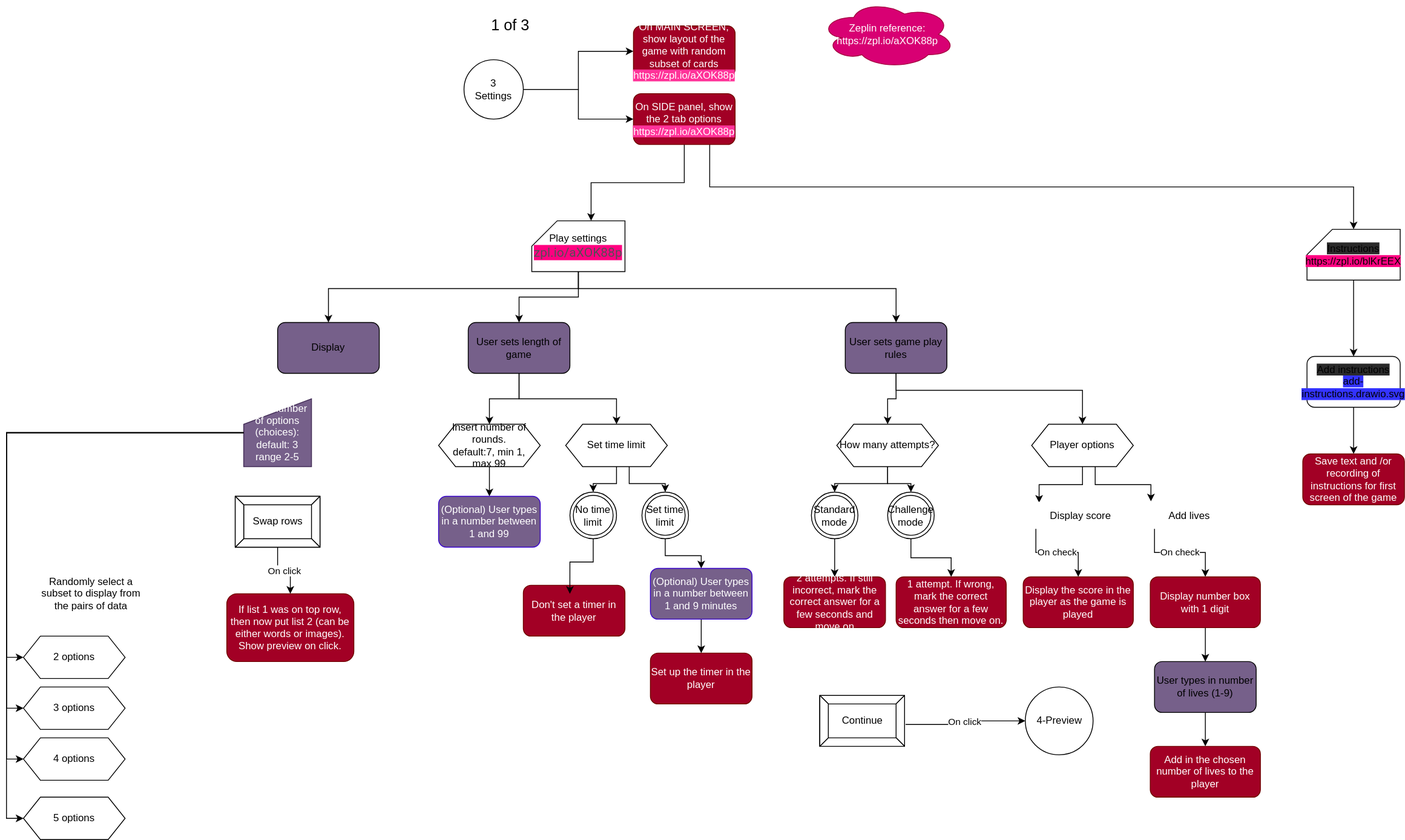
The draw.io diagram modules/card pairs set/card_quiz.drawio.svg in ji-devs/ji-cloud-flowcharts, before a commit. Source tidied: cells renumbered, new cells last; positions are measured from the earlier drawing's top-left corner, leaving out a move shared by most shapes.
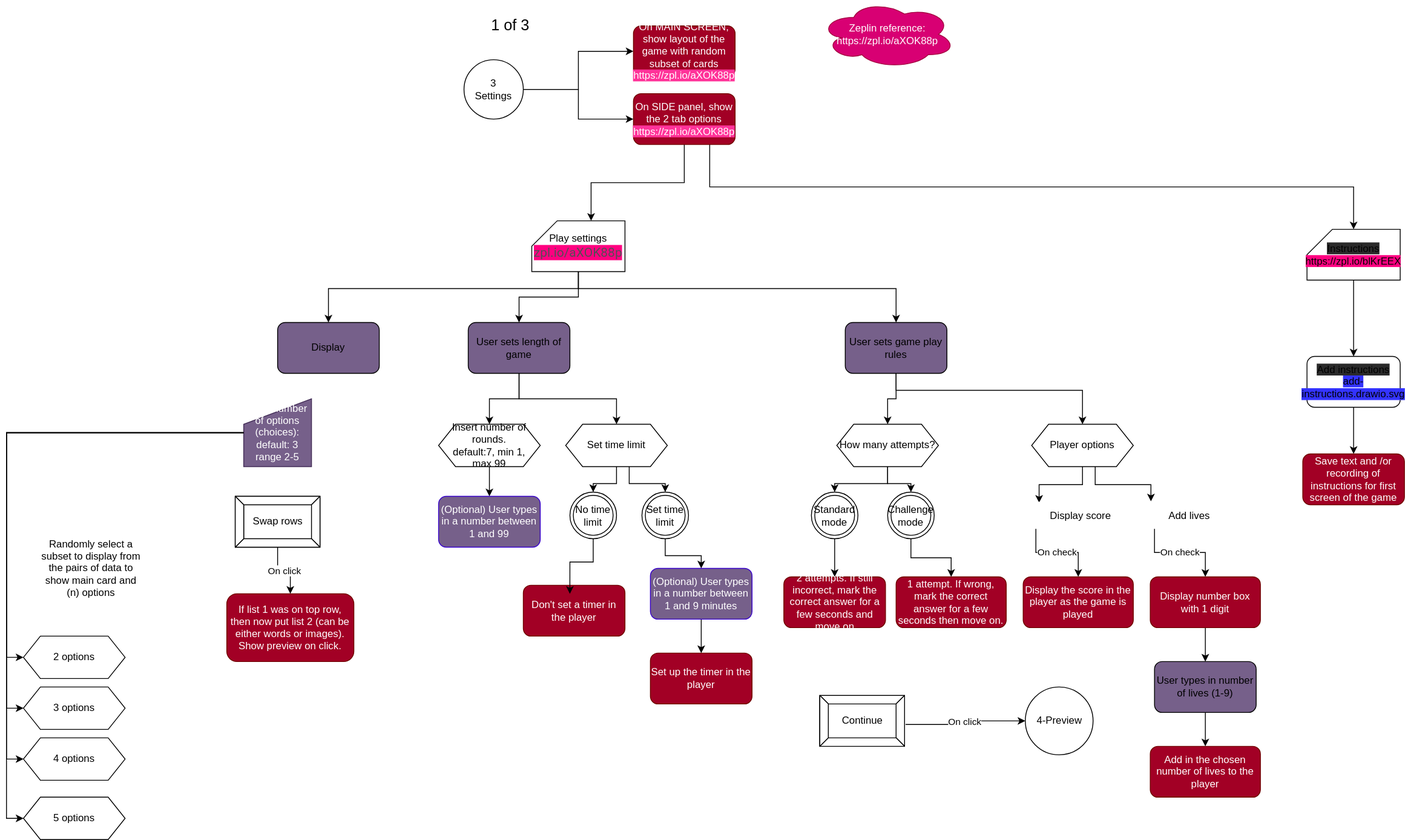
After the change.

Commit message:
added in the extra settings

Diff of the diagram source:
```diff
@@ -252,8 +252,8 @@
     <mxCell id="77" value="If list 1 was on top row, then now put list 2 (can be either words or images).&lt;br&gt;Show preview on click." style="rounded=1;whiteSpace=wrap;html=1;fillColor=#a20025;strokeColor=#6F0000;fontColor=#ffffff;" parent="1" vertex="1">
       <mxGeometry x="240" y="700" width="150" height="80" as="geometry" />
     </mxCell>
-    <mxCell id="78" value="Randomly select a subset to display from the pairs of data" style="text;html=1;strokeColor=none;fillColor=none;align=center;verticalAlign=middle;whiteSpace=wrap;rounded=0;" parent="1" vertex="1">
-      <mxGeometry x="20" y="690" width="120" height="20" as="geometry" />
+    <mxCell id="78" value="Randomly select a subset to display from the pairs of data to show main card and (n) options" style="text;html=1;strokeColor=none;fillColor=none;align=center;verticalAlign=middle;whiteSpace=wrap;rounded=0;" parent="1" vertex="1">
+      <mxGeometry x="20" y="630" width="120" height="80" as="geometry" />
     </mxCell>
   </root>
 </mxGraphModel>
```
